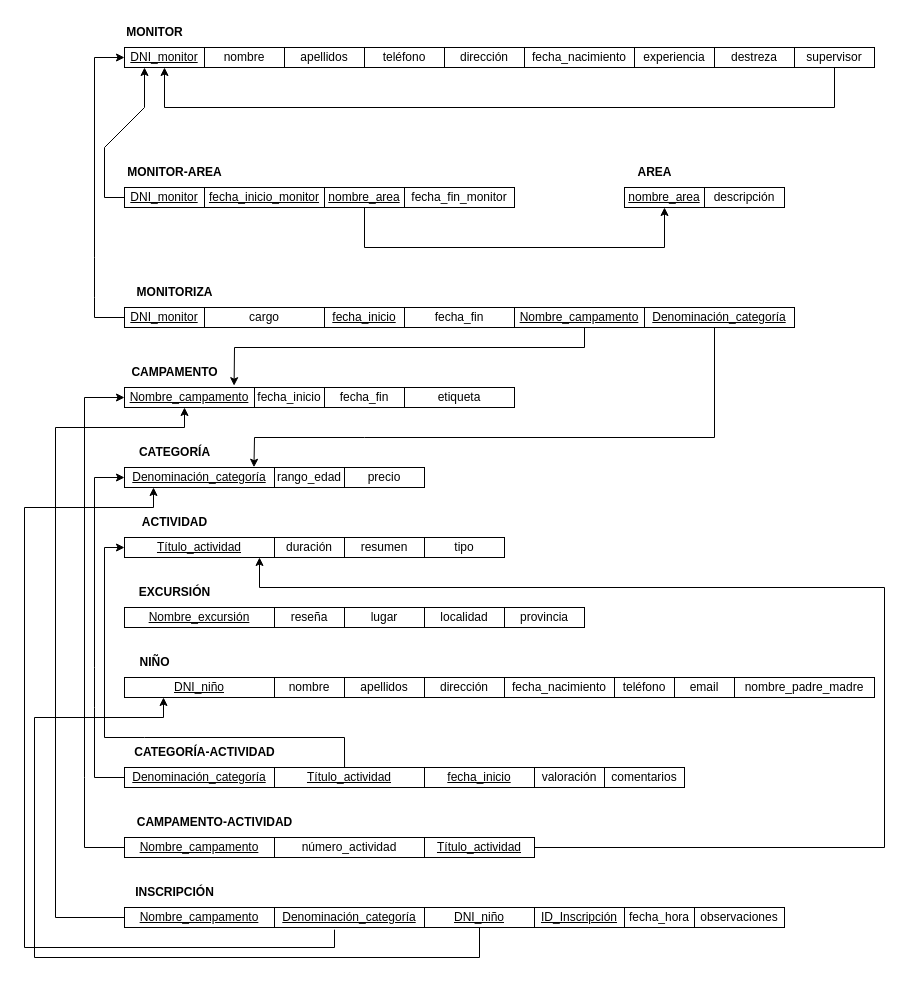
This is Diagrama sin título.drawio from rodrigomeijome/bd-diagram, a draw.io file, before an edit. Source tidied: cells renumbered, new cells numbered last; positions are measured from the earlier drawing's top-left corner, leaving out a move shared by most shapes. Both pictures are drawn from the tidied source at 100%, with x=0, y=0 at pixel (24, 17).
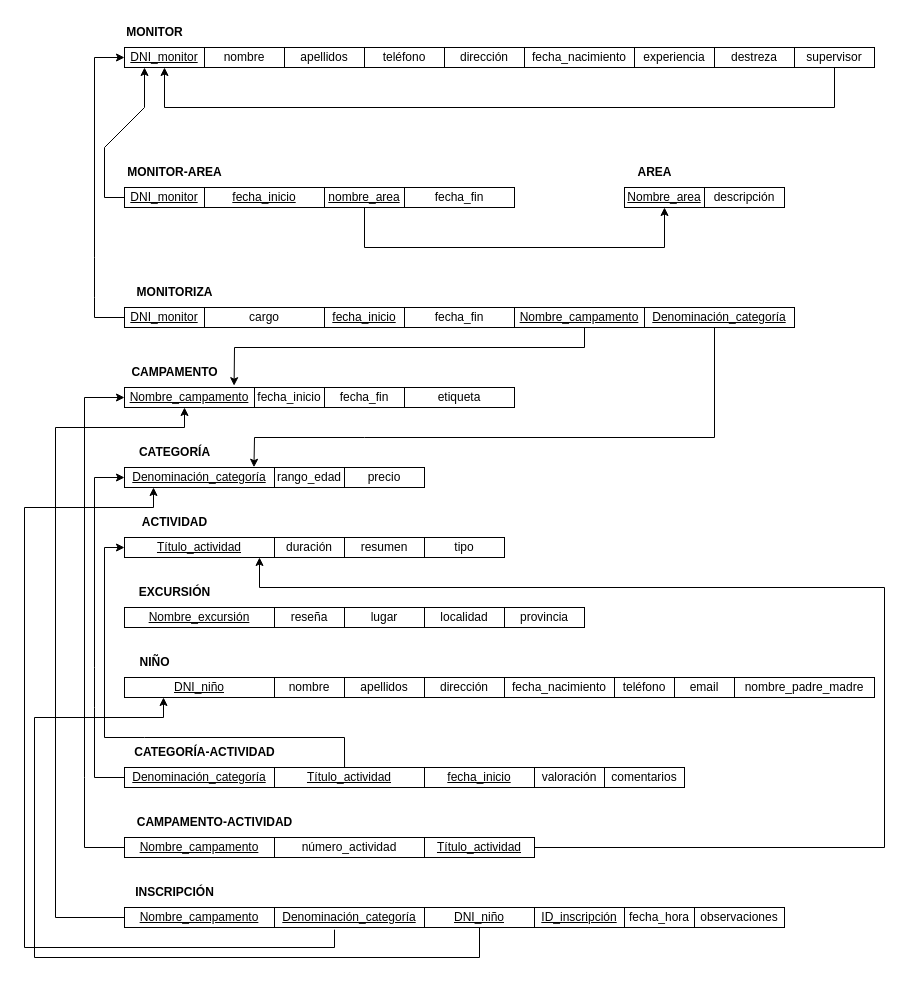
After the change.

The edit, as a diff of the source:
```diff
@@
-    <mxCell id="16" value="&lt;u&gt;nombre_area&lt;/u&gt;" style="whiteSpace=wrap;html=1;" parent="1" vertex="1">
+    <mxCell id="16" value="&lt;u&gt;Nombre_area&lt;/u&gt;" style="whiteSpace=wrap;html=1;" parent="1" vertex="1">
       <mxGeometry x="600" y="170" width="80" height="20" as="geometry" />
     </mxCell>
@@
-    <mxCell id="18" value="&lt;u&gt;fecha_inicio_monitor&lt;/u&gt;" style="whiteSpace=wrap;html=1;" parent="1" vertex="1">
+    <mxCell id="18" value="&lt;u&gt;fecha_inicio&lt;/u&gt;" style="whiteSpace=wrap;html=1;" parent="1" vertex="1">
       <mxGeometry x="180" y="170" width="120" height="20" as="geometry" />
     </mxCell>
@@
-    <mxCell id="20" value="fecha_fin_monitor" style="whiteSpace=wrap;html=1;" parent="1" vertex="1">
+    <mxCell id="20" value="fecha_fin" style="whiteSpace=wrap;html=1;" parent="1" vertex="1">
       <mxGeometry x="380" y="170" width="110" height="20" as="geometry" />
     </mxCell>
@@
-    <mxCell id="81" value="&lt;u&gt;ID_Inscripción&lt;/u&gt;" style="whiteSpace=wrap;html=1;" parent="1" vertex="1">
+    <mxCell id="81" value="&lt;u&gt;ID_inscripción&lt;/u&gt;" style="whiteSpace=wrap;html=1;" parent="1" vertex="1">
       <mxGeometry x="510" y="890" width="90" height="20" as="geometry" />
     </mxCell>
```
